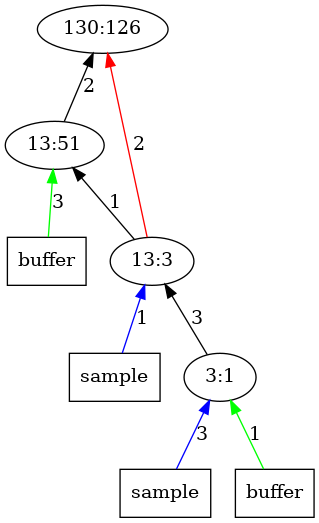
The Graphviz diagram outputImages/op126.png.png in AbhikKhan/MTP_IITG, before a commit. Its source is kept beside it as outputTrees/op126.dot. Source of this version:
```dot
digraph Tree{
	rankdir="BT"
	1 [label = "130:126"];
	2 -> 1 [label = "2", color = "black"];
	x22 -> 2 [label = "3", color = "green"];
	x22 [label = "buffer", shape = "box"];
	2 [label = "13:51"];
	3 -> 2 [label = "1", color = "black"];
	3 -> 1 [label = "2", color = "red"];
	x31 -> 3 [label = "1", color = "blue"];
	x31 [label = "sample", shape = "box"];
	3 [label = "13:3"];
	4 -> 3 [label = "3", color = "black"];
	x41 -> 4 [label = "3", color = "blue"];
	x41 [label = "sample", shape = "box"];
	x42 -> 4 [label = "1", color = "green"];
	x42 [label = "buffer", shape = "box"];
	4 [label = "3:1"];
}
```
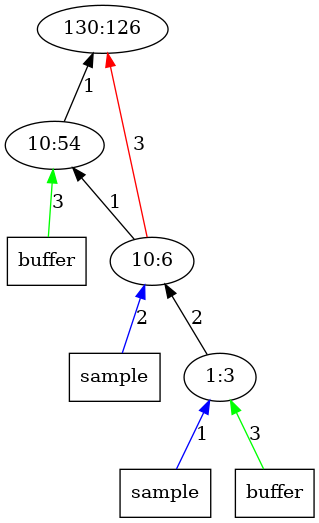
Above is the later version.

What changed in the source:
```diff
@@ -1,19 +1,19 @@
 digraph Tree{
 	rankdir="BT"
 	1 [label = "130:126"];
-	2 -> 1 [label = "2", color = "black"];
+	2 -> 1 [label = "1", color = "black"];
 	x22 -> 2 [label = "3", color = "green"];
 	x22 [label = "buffer", shape = "box"];
-	2 [label = "13:51"];
+	2 [label = "10:54"];
 	3 -> 2 [label = "1", color = "black"];
-	3 -> 1 [label = "2", color = "red"];
-	x31 -> 3 [label = "1", color = "blue"];
+	3 -> 1 [label = "3", color = "red"];
+	x31 -> 3 [label = "2", color = "blue"];
 	x31 [label = "sample", shape = "box"];
-	3 [label = "13:3"];
-	4 -> 3 [label = "3", color = "black"];
-	x41 -> 4 [label = "3", color = "blue"];
+	3 [label = "10:6"];
+	4 -> 3 [label = "2", color = "black"];
+	x41 -> 4 [label = "1", color = "blue"];
 	x41 [label = "sample", shape = "box"];
-	x42 -> 4 [label = "1", color = "green"];
+	x42 -> 4 [label = "3", color = "green"];
 	x42 [label = "buffer", shape = "box"];
-	4 [label = "3:1"];
+	4 [label = "1:3"];
 }
```
